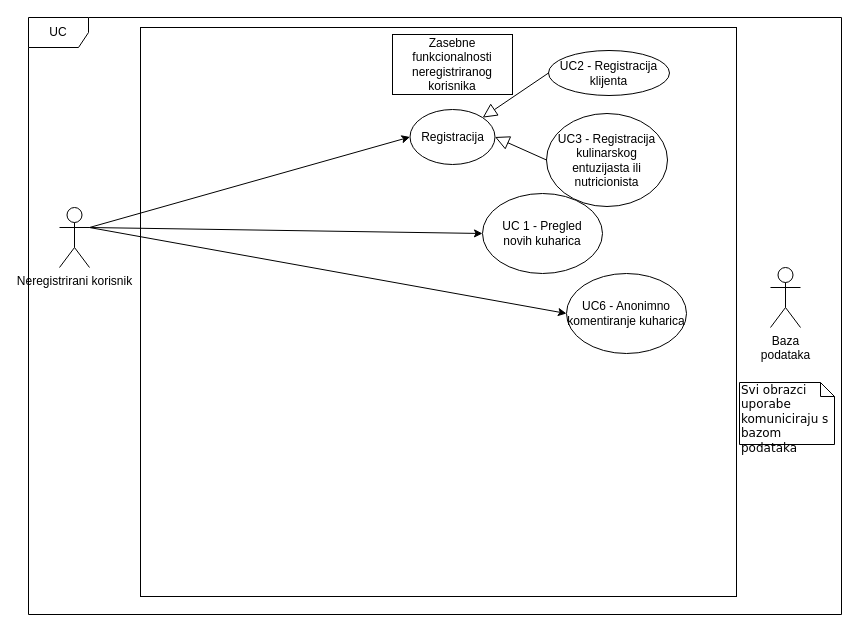
The draw.io diagram Dokumentacija/dijagrami/DijagramObrazacaUporabeNeregistriranogKorisnika.drawio in glatkobrasno/wall-e-zohari, before the edit. Source tidied: cells renumbered, new cells numbered last; positions are measured from the earlier drawing's top-left corner, leaving out a move shared by most shapes. Both pictures are drawn from the tidied source at 100%, with x=0, y=0 at pixel (28, 17).
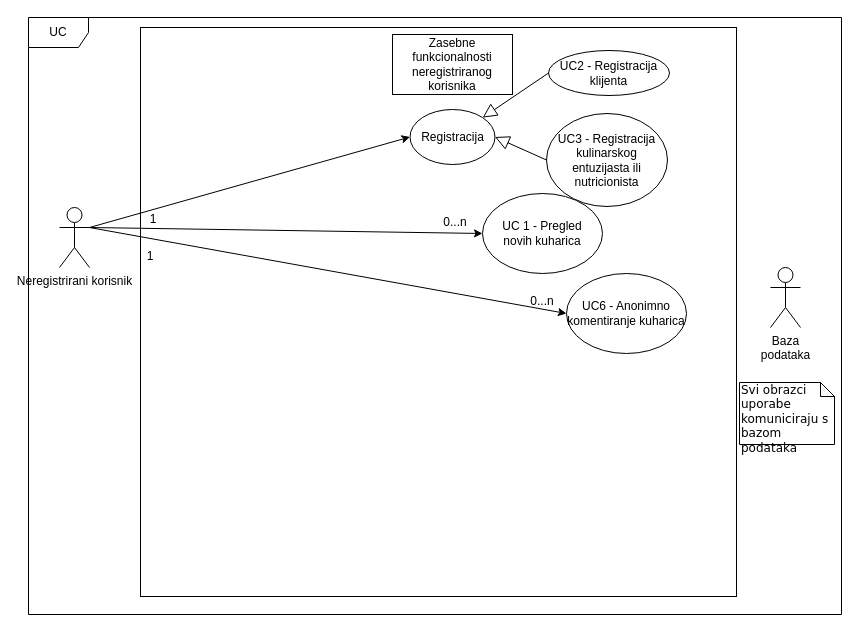
After the change.

The edit, as a diff of the source:
```diff
@@
+    <mxCell id="18" value="1" style="text;html=1;strokeColor=none;fillColor=none;align=center;verticalAlign=middle;whiteSpace=wrap;rounded=0;" parent="1" vertex="1">
+      <mxGeometry x="95" y="187" width="60" height="30" as="geometry" />
+    </mxCell>
+    <mxCell id="19" value="1" style="text;html=1;strokeColor=none;fillColor=none;align=center;verticalAlign=middle;whiteSpace=wrap;rounded=0;" parent="1" vertex="1">
+      <mxGeometry x="92" y="224" width="60" height="30" as="geometry" />
+    </mxCell>
+    <mxCell id="20" value="0...n&lt;br&gt;" style="text;html=1;strokeColor=none;fillColor=none;align=center;verticalAlign=middle;whiteSpace=wrap;rounded=0;" parent="1" vertex="1">
+      <mxGeometry x="397" y="190" width="60" height="30" as="geometry" />
+    </mxCell>
+    <mxCell id="21" value="0...n&lt;br&gt;" style="text;html=1;strokeColor=none;fillColor=none;align=center;verticalAlign=middle;whiteSpace=wrap;rounded=0;" parent="1" vertex="1">
+      <mxGeometry x="484" y="269" width="60" height="30" as="geometry" />
+    </mxCell>
```
